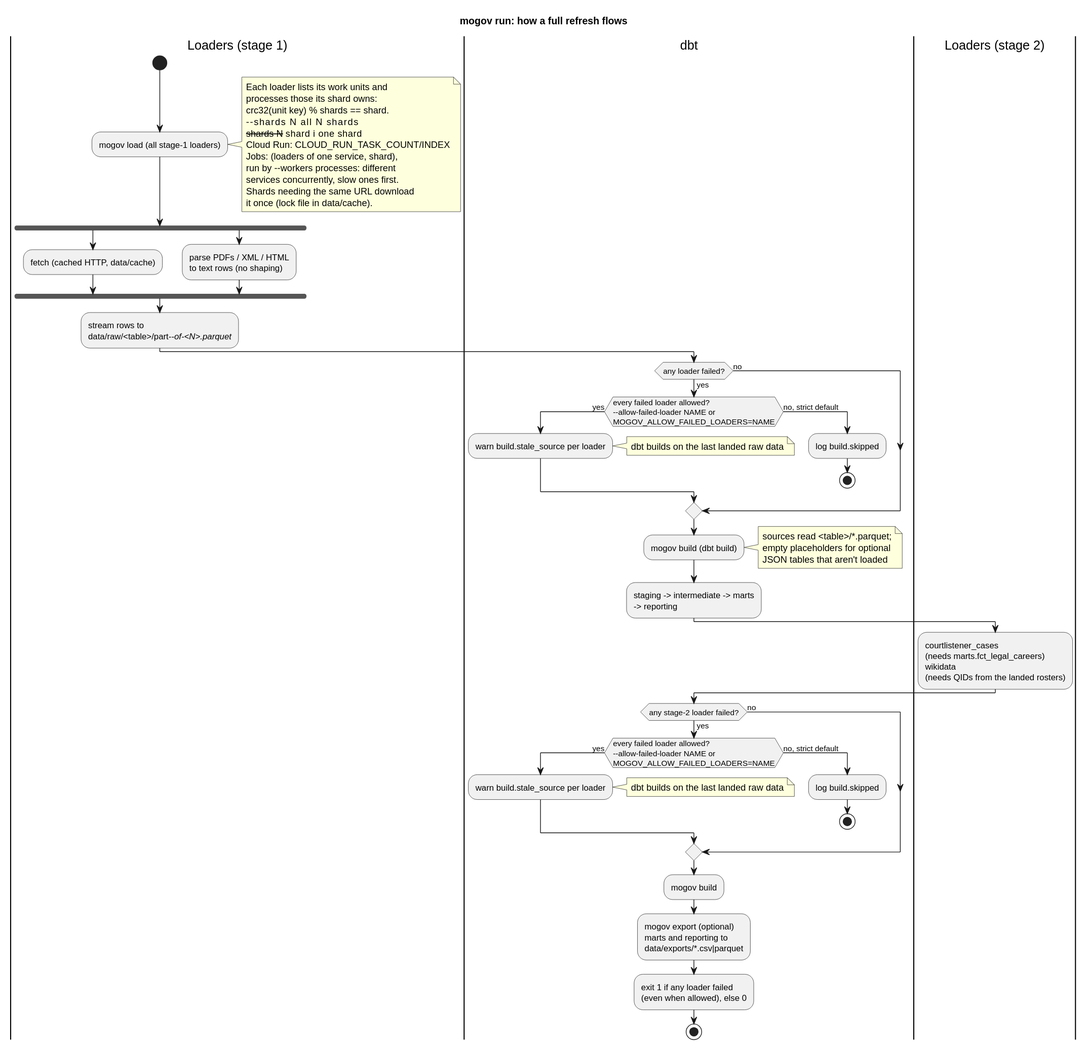
The PlantUML diagram docs/diagrams/pipeline.svg in akettmann/missouri_gov_feed, before a commit. Its source is kept beside it as docs/diagrams/pipeline.puml.
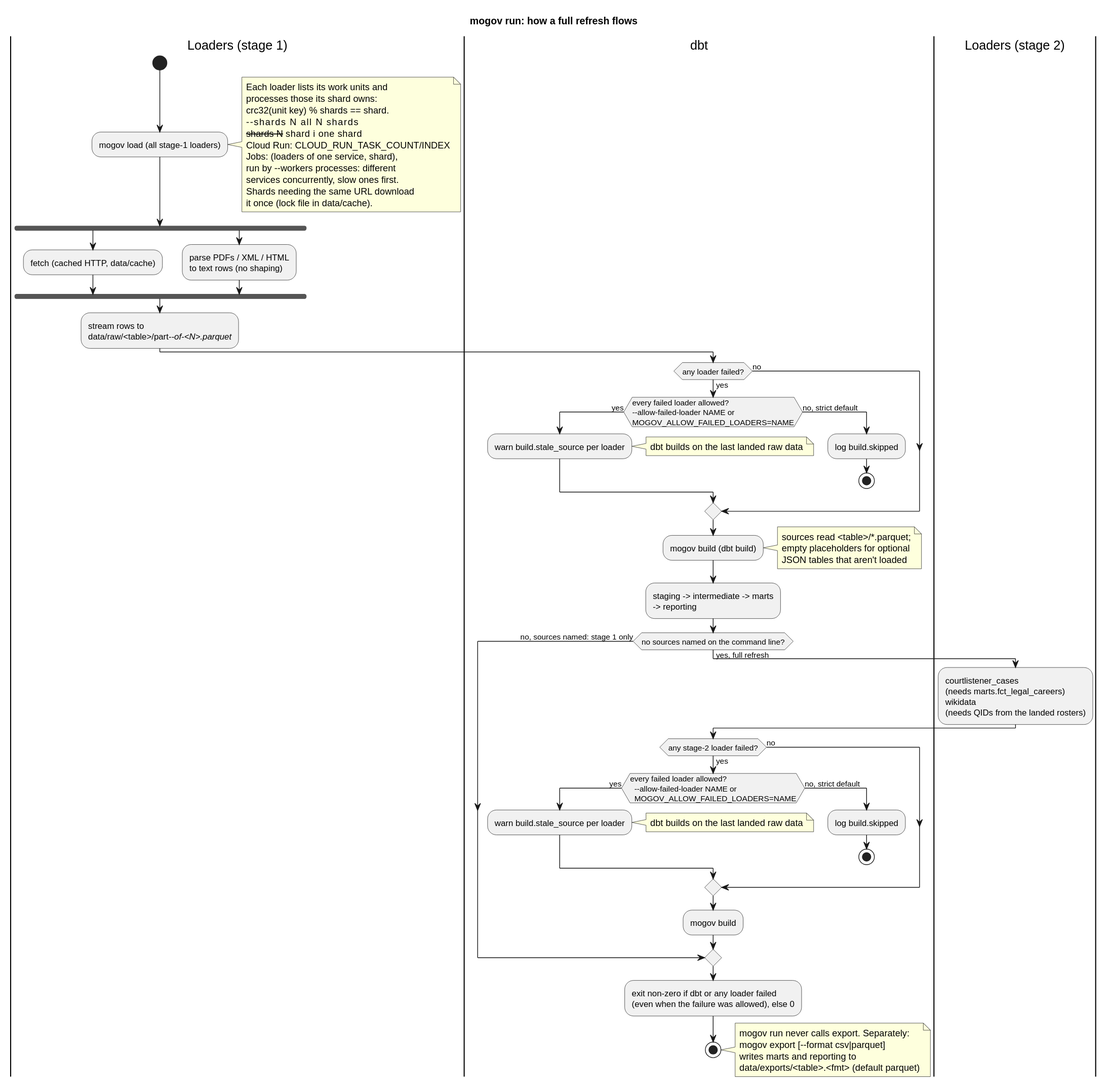
Later version of the same file.

Commit message:
Shut metrics down once; correct pipeline diagram (stage 2 gating, exit, export) (#202)

Diff of the diagram source:
```diff
@@ -48,30 +48,37 @@
 :staging -> intermediate -> marts
 -> reporting;
 
-|Loaders (stage 2)|
-:courtlistener_cases
-(needs marts.fct_legal_careers)
-wikidata
-(needs QIDs from the landed rosters);
+if (no sources named on the command line?) then (yes, full refresh)
+  |Loaders (stage 2)|
+  :courtlistener_cases
+  (needs marts.fct_legal_careers)
+  wikidata
+  (needs QIDs from the landed rosters);
 
-|dbt|
-if (any stage-2 loader failed?) then (yes)
-  if (every failed loader allowed?
---allow-failed-loader NAME or
-MOGOV_ALLOW_FAILED_LOADERS=NAME) then (yes)
-    :warn build.stale_source per loader;
-    note right: dbt builds on the last landed raw data
-  else (no, strict default)
-    :log build.skipped;
-    stop
+  |dbt|
+  if (any stage-2 loader failed?) then (yes)
+    if (every failed loader allowed?
+  --allow-failed-loader NAME or
+  MOGOV_ALLOW_FAILED_LOADERS=NAME) then (yes)
+      :warn build.stale_source per loader;
+      note right: dbt builds on the last landed raw data
+    else (no, strict default)
+      :log build.skipped;
+      stop
+    endif
+  else (no)
   endif
-else (no)
+  :mogov build;
+else (no, sources named: stage 1 only)
 endif
-:mogov build;
-:mogov export (optional)
-marts and reporting to
-data/exports/*.csv|parquet;
-:exit 1 if any loader failed
-(even when allowed), else 0;
+:exit non-zero if dbt or any loader failed
+(even when the failure was allowed), else 0;
 stop
+
+note right
+  mogov run never calls export. Separately:
+  mogov export [--format csv|parquet]
+  writes marts and reporting to
+  data/exports/<table>.<fmt> (default parquet)
+end note
 @enduml
```
